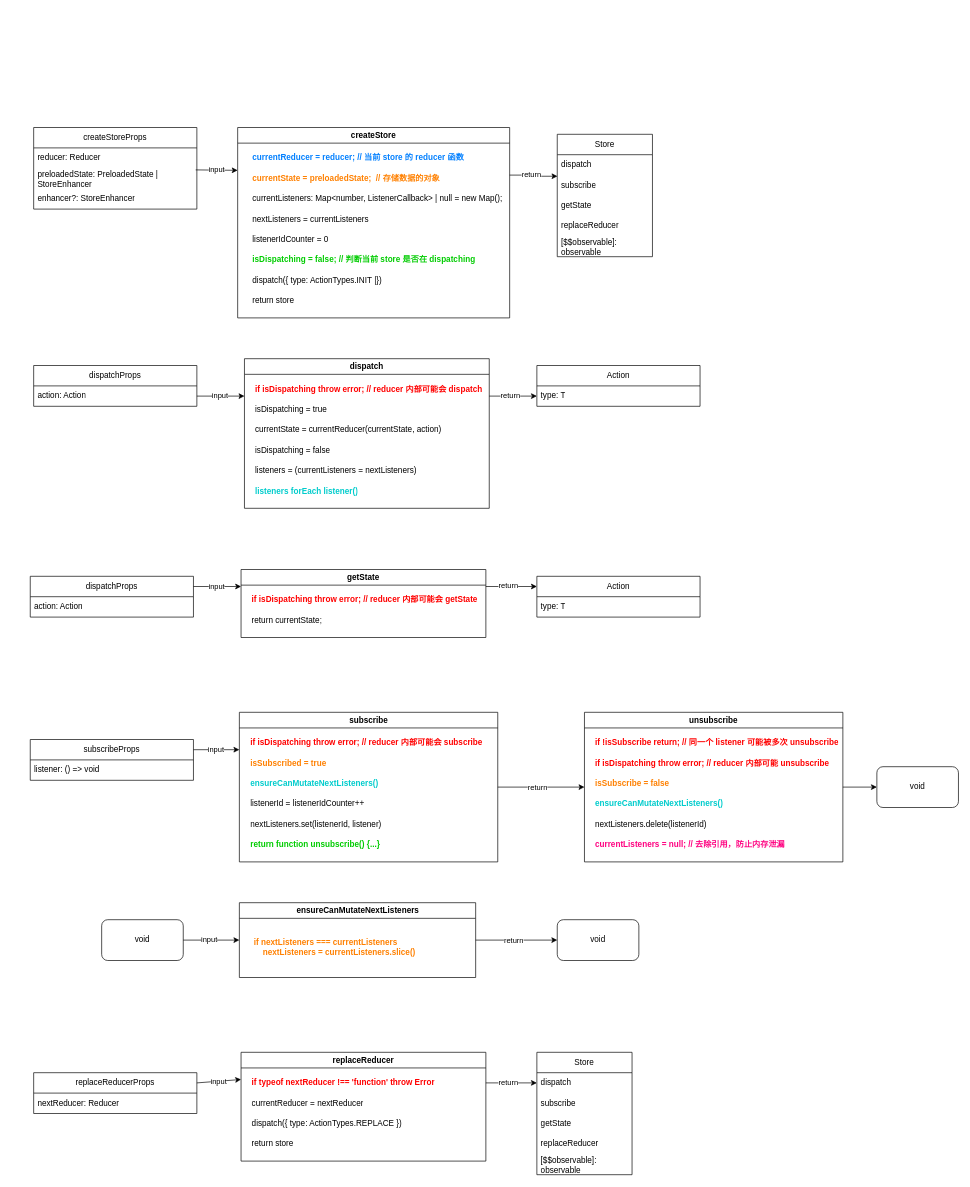
Above: packages/redux/diagram/createStore.drawio in Monoxt/learn (draw.io), before the change. Source tidied: cells renumbered, new cells numbered last; positions are measured from the earlier drawing's top-left corner, leaving out a move shared by most shapes. Both pictures are drawn from the tidied source at 68%, with x=0, y=0 at pixel (30, 127).
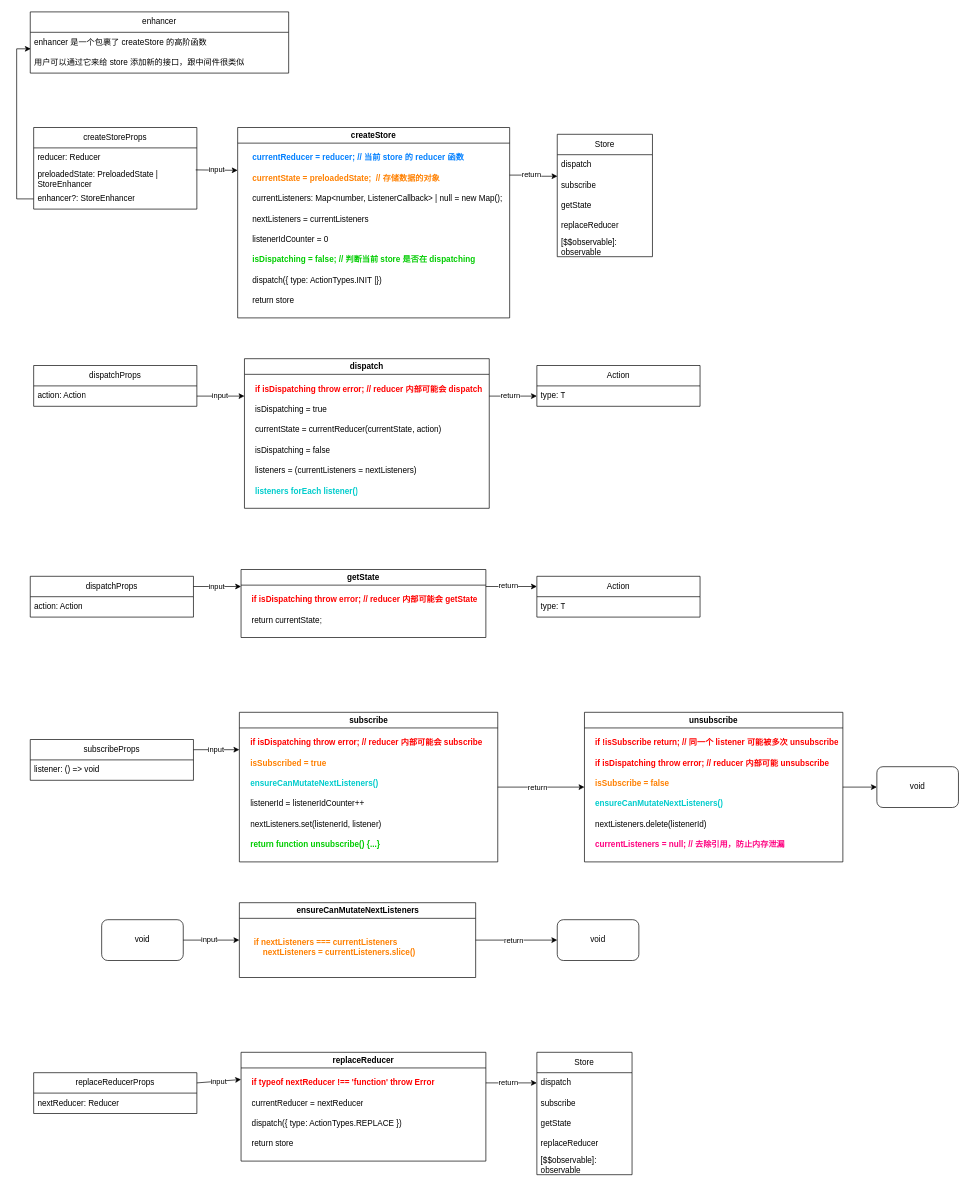
The same diagram, later.

The change refers to these unchanged cells:
```xml
<mxCell id="15" value="enhancer?: StoreEnhancer" style="text;strokeColor=none;fillColor=none;align=left;verticalAlign=middle;spacingLeft=4;spacingRight=4;overflow=hidden;points=[[0,0.5],[1,0.5]];portConstraint=eastwest;whiteSpace=wrap;html=1;" parent="12" vertex="1">
  <mxGeometry y="90" width="240" height="30" as="geometry" />
</mxCell>
```

Change to the diagram source:
```diff
@@
+    <mxCell id="98" value="enhancer" style="swimlane;fontStyle=0;horizontal=1;startSize=30;whiteSpace=wrap;html=1;" parent="1" vertex="1">
+      <mxGeometry y="-170" width="380" height="90" as="geometry" />
+    </mxCell>
+    <mxCell id="99" value="enhancer 是一个包裹了 createStore 的高阶函数" style="text;strokeColor=none;fillColor=none;align=left;verticalAlign=middle;spacingLeft=4;spacingRight=4;overflow=hidden;points=[[0,0.5],[1,0.5]];portConstraint=eastwest;whiteSpace=wrap;html=1;" parent="98" vertex="1">
+      <mxGeometry y="30" width="380" height="30" as="geometry" />
+    </mxCell>
+    <mxCell id="100" value="用户可以通过它来给 store 添加新的接口，跟中间件很类似" style="text;strokeColor=none;fillColor=none;align=left;verticalAlign=middle;spacingLeft=4;spacingRight=4;overflow=hidden;whiteSpace=wrap;html=1;" parent="98" vertex="1">
+      <mxGeometry y="60" width="380" height="30" as="geometry" />
+    </mxCell>
+    <mxCell id="101" style="edgeStyle=orthogonalEdgeStyle;rounded=0;jettySize=auto;html=1;entryX=0.002;entryY=0.811;entryDx=0;entryDy=0;entryPerimeter=0;" parent="1" edge="1" source="15" target="99">
+      <mxGeometry relative="1" as="geometry">
+        <Array as="points">
+          <mxPoint x="-20" y="105" />
+          <mxPoint x="-20" y="-116" />
+        </Array>
+      </mxGeometry>
+    </mxCell>
```
